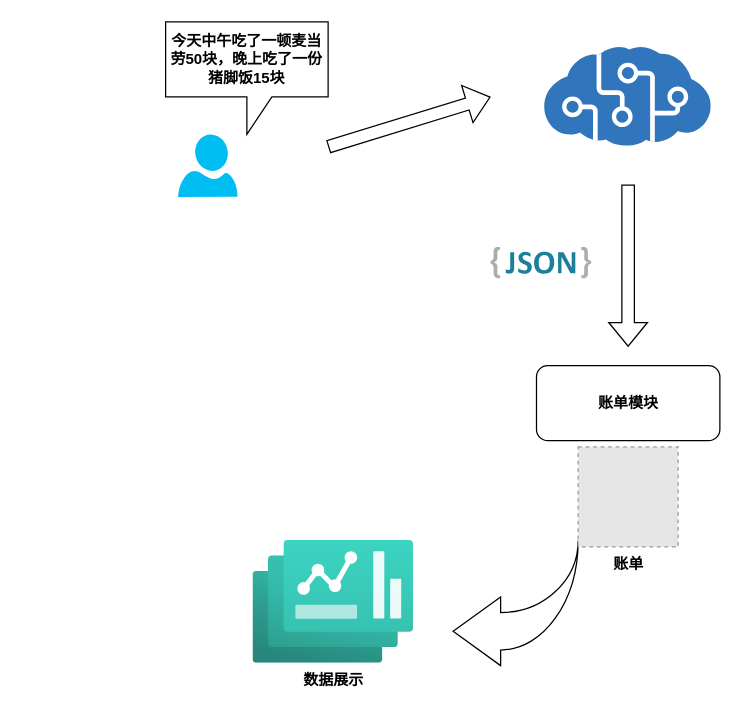
Above: page "第 10 页" (10 of 11) of ai记账系统.drawio in Amos-Pan-lei/diagram-repo (draw.io), before the change. Source tidied: cells renumbered, new cells numbered last; positions are measured from the earlier drawing's top-left corner, leaving out a move shared by most shapes. Both pictures are drawn from the tidied source at 125%, with x=0, y=0 at pixel (165, 21). Pictures stored in the file or linked from it are replaced by grey dashed boxes.
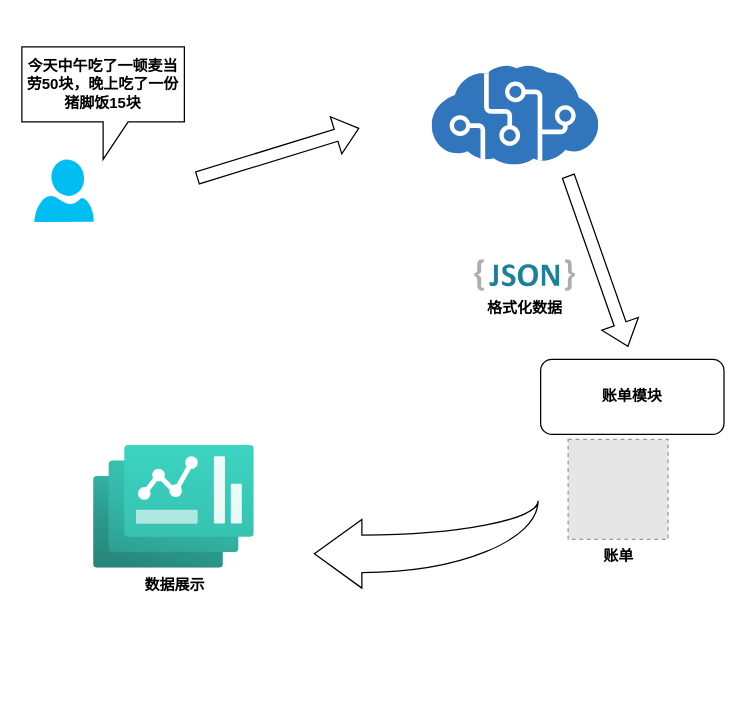
Above is the later version.

Commit message:
更新ai记账系统.drawio

What changed in the source:
```diff
@@
 <mxGraphModel>
   <root>
     <mxCell id="0" />
     <mxCell id="1" parent="0" />
     <mxCell id="2" style="image;sketch=0;html=1;align=center;fontSize=12;image=img/lib/mscae/Cognitive_Services.svg;fontStyle=1;" parent="1" vertex="1">
-      <mxGeometry x="303.3" y="20" width="133.3" height="80" as="geometry" />
+      <mxGeometry x="213.3" y="35" width="133.3" height="80" as="geometry" />
     </mxCell>
     <mxCell id="3" style="shape=flexArrow;endArrow=classic;html=1;rounded=0;fontStyle=1;" parent="1" edge="1">
       <mxGeometry relative="1" as="geometry">
-        <mxPoint x="130" y="100" as="sourcePoint" />
-        <mxPoint x="260" y="60" as="targetPoint" />
+        <mxPoint x="25" y="125" as="sourcePoint" />
+        <mxPoint x="155" y="85" as="targetPoint" />
       </mxGeometry>
     </mxCell>
     <mxCell id="4" value="今天中午吃了一顿麦当劳50块，晚上吃了一份猪脚饭15块" style="shape=callout;whiteSpace=wrap;html=1;perimeter=calloutPerimeter;fontStyle=1;" parent="1" vertex="1">
-      <mxGeometry width="130" height="90" as="geometry" />
+      <mxGeometry x="-115" y="20" width="130" height="90" as="geometry" />
     </mxCell>
-    <mxCell id="5" style="dashed=0;html=1;align=center;labelPosition=center;verticalLabelPosition=bottom;verticalAlign=top;shape=mxgraph.weblogos.json_2;fontStyle=1;" parent="1" vertex="1">
-      <mxGeometry x="260" y="180" width="80.4" height="25.2" as="geometry" />
+    <mxCell id="5" value="格式化数据" style="dashed=0;html=1;align=center;labelPosition=center;verticalLabelPosition=bottom;verticalAlign=top;shape=mxgraph.weblogos.json_2;fontStyle=1;" parent="1" vertex="1">
+      <mxGeometry x="247" y="190" width="80.4" height="25.2" as="geometry" />
     </mxCell>
     <mxCell id="6" style="shape=flexArrow;endArrow=classic;html=1;rounded=0;fontStyle=1;" parent="1" edge="1">
       <mxGeometry relative="1" as="geometry">
-        <mxPoint x="370" y="130" as="sourcePoint" />
+        <mxPoint x="322" y="123" as="sourcePoint" />
         <mxPoint x="370" y="260" as="targetPoint" />
       </mxGeometry>
     </mxCell>
     <mxCell id="7" value="账单模块" style="rounded=1;whiteSpace=wrap;html=1;fontStyle=1;" parent="1" vertex="1">
-      <mxGeometry x="296.7" y="275" width="146.7" height="60" as="geometry" />
+      <mxGeometry x="300" y="270" width="146.7" height="60" as="geometry" />
     </mxCell>
     <mxCell id="8" style="verticalLabelPosition=bottom;html=1;verticalAlign=top;align=center;strokeColor=none;fillColor=#00BEF2;shape=mxgraph.azure.user;fontStyle=1;" parent="1" vertex="1">
-      <mxGeometry x="10" y="90" width="47.5" height="50" as="geometry" />
+      <mxGeometry x="-105" y="110" width="47.5" height="50" as="geometry" />
     </mxCell>
     <mxCell id="9" style="html=1;shadow=0;dashed=0;align=center;verticalAlign=middle;shape=mxgraph.arrows2.jumpInArrow;dy=15;dx=38;arrowHead=55;direction=west;fontStyle=1;" parent="1" vertex="1">
-      <mxGeometry x="230" y="415" width="100" height="100" as="geometry" />
+      <mxGeometry x="119" y="383" width="179" height="70" as="geometry" />
     </mxCell>
     <mxCell id="10" value="数据展示" style="image;html=1;align=center;fontSize=12;image=img/lib/azure2/other/Dashboard_Hub.svg;fontStyle=1;" parent="1" vertex="1">
-      <mxGeometry x="70" y="415" width="128.5" height="98.2" as="geometry" />
+      <mxGeometry x="-57.5" y="339" width="128.5" height="98.2" as="geometry" />
     </mxCell>
     <mxCell id="11" value="账单" style="fillColor=#E6E6E6;strokeColor=#999999;dashed=1;html=1;verticalAlign=top;verticalLabelPosition=bottom;labelBackgroundColor=#ffffff;fontStyle=1;" parent="1" vertex="1">
-      <mxGeometry x="330" y="340" width="80" height="80" as="geometry" />
+      <mxGeometry x="322" y="334" width="80" height="80" as="geometry" />
     </mxCell>
   </root>
 </mxGraphModel>
```
